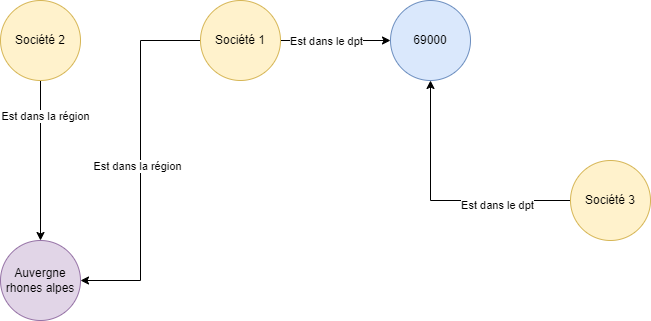
Before: Database schema/Schema BD NoSQL.drawio.png, a diagram exported from draw.io (OumaimaHm/CRM). Source tidied: cells renumbered, new cells last; positions are measured from the earlier drawing's top-left corner, leaving out a move shared by most shapes.
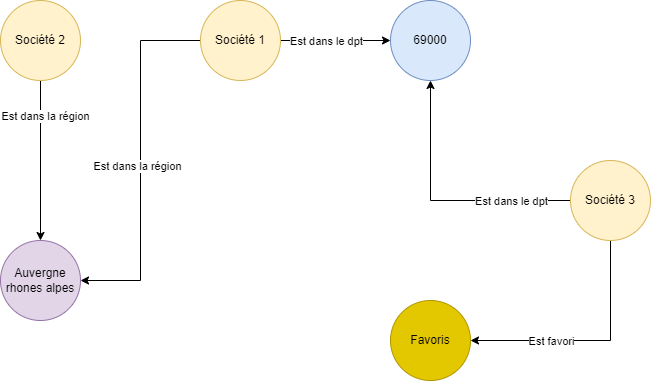
After the commit.

Commit message:
Ajout favoris sur le schéma

Change to the diagram source:
```diff
@@ -39,10 +39,27 @@
       <mxGeometry relative="1" as="geometry" />
     </mxCell>
     <mxCell id="14" value="Est dans le dpt" style="edgeLabel;html=1;align=center;verticalAlign=middle;" parent="13" vertex="1">
-      <mxGeometry x="-0.43" y="4" relative="1" as="geometry" />
+      <mxGeometry x="-0.43" y="4" relative="1" as="geometry">
+        <mxPoint x="14" y="-4" as="offset" />
+      </mxGeometry>
     </mxCell>
+    <mxCell id="16" style="edgeStyle=orthogonalEdgeStyle;rounded=0;jettySize=auto;html=1;entryX=1;entryY=0.5;entryDx=0;entryDy=0;" parent="1" edge="1" source="15" target="18">
+      <mxGeometry relative="1" as="geometry">
+        <Array as="points">
+          <mxPoint x="610" y="340" />
+        </Array>
+      </mxGeometry>
+    </mxCell>
+    <mxCell id="17" value="Est favori" style="edgeLabel;html=1;align=center;verticalAlign=middle;" parent="16" vertex="1">
+      <mxGeometry x="0.05" relative="1" as="geometry">
+        <mxPoint x="-34" as="offset" />
+      </mxGeometry>
+    </mxCell>
     <mxCell id="15" value="Société 3" style="ellipse;whiteSpace=wrap;html=1;fillColor=#fff2cc;strokeColor=#d6b656;" parent="1" vertex="1">
       <mxGeometry x="570" y="160" width="80" height="80" as="geometry" />
     </mxCell>
+    <mxCell id="18" value="Favoris" style="ellipse;whiteSpace=wrap;html=1;fillColor=#e3c800;strokeColor=#B09500;fontColor=#000000;" parent="1" vertex="1">
+      <mxGeometry x="390" y="300" width="80" height="80" as="geometry" />
+    </mxCell>
   </root>
 </mxGraphModel>
```
